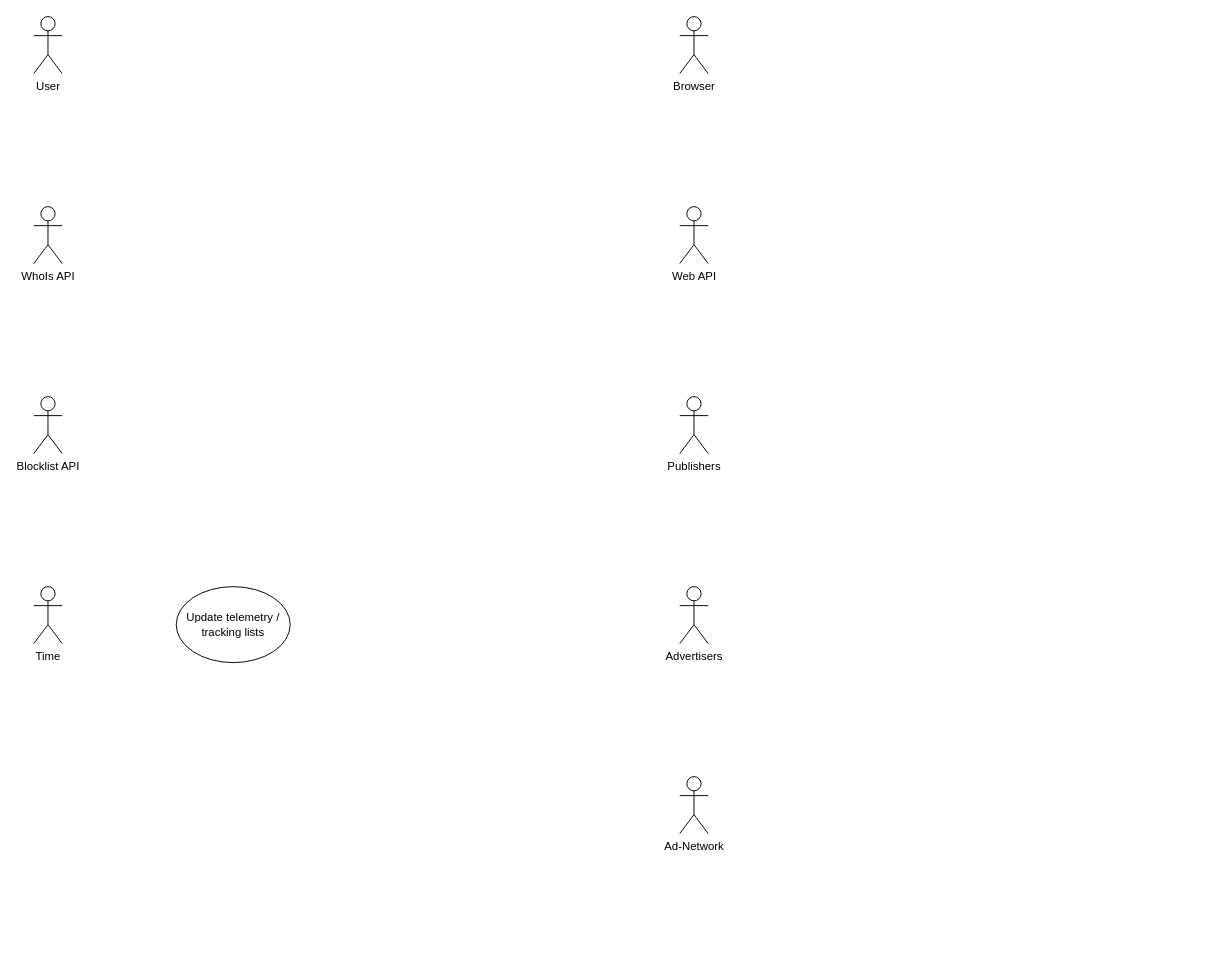
Earlier version of the draw.io diagram documentation/Use-Cases/High-Level-System-Overview.drawio (19ATF72/Telemetry-Analysis). Source tidied: cells renumbered, new cells numbered last; positions are measured from the earlier drawing's top-left corner, leaving out a move shared by most shapes. Both pictures are drawn from the tidied source at 95%, with x=0, y=0 at pixel (33, 16).
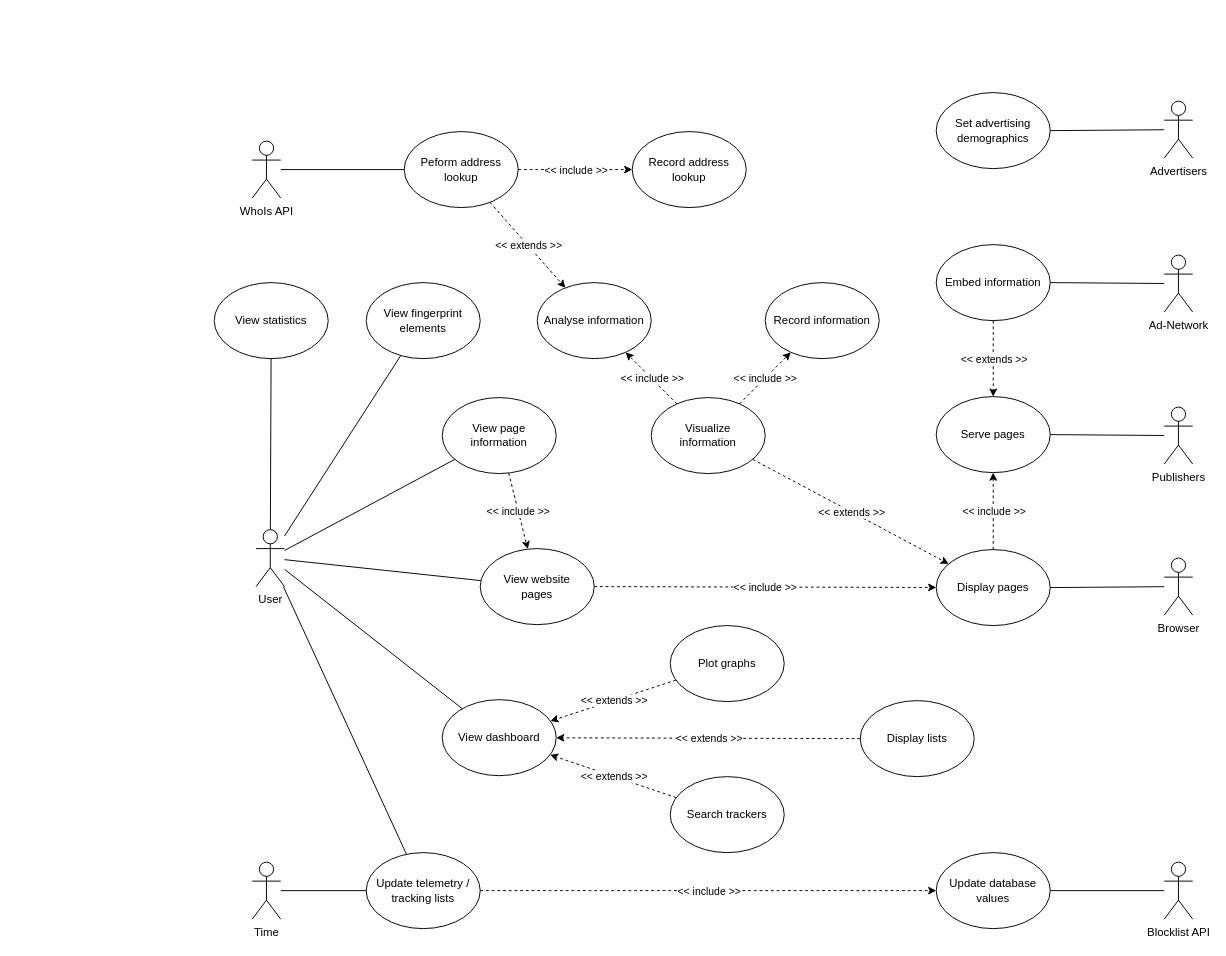
The same page after the edit.

The edit, as a diff of the source:
```diff
@@
     <mxCell id="2" value="User" style="shape=umlActor;verticalLabelPosition=bottom;verticalAlign=top;html=1;outlineConnect=0;" parent="1" vertex="1">
-      <mxGeometry width="30" height="60" as="geometry" />
+      <mxGeometry x="234" y="540" width="30" height="60" as="geometry" />
     </mxCell>
     <mxCell id="3" value="WhoIs API" style="shape=umlActor;verticalLabelPosition=bottom;verticalAlign=top;html=1;outlineConnect=0;" parent="1" vertex="1">
-      <mxGeometry y="200" width="30" height="60" as="geometry" />
+      <mxGeometry x="230" y="131" width="30" height="60" as="geometry" />
     </mxCell>
     <mxCell id="4" value="Blocklist API" style="shape=umlActor;verticalLabelPosition=bottom;verticalAlign=top;html=1;outlineConnect=0;" parent="1" vertex="1">
-      <mxGeometry y="400" width="30" height="60" as="geometry" />
+      <mxGeometry x="1190" y="890" width="30" height="60" as="geometry" />
     </mxCell>
     <mxCell id="5" value="Time" style="shape=umlActor;verticalLabelPosition=bottom;verticalAlign=top;html=1;outlineConnect=0;" parent="1" vertex="1">
-      <mxGeometry y="600" width="30" height="60" as="geometry" />
+      <mxGeometry x="230" y="890" width="30" height="60" as="geometry" />
     </mxCell>
     <mxCell id="6" value="Update telemetry / tracking lists" style="ellipse;whiteSpace=wrap;html=1;" parent="1" vertex="1">
-      <mxGeometry x="150" y="600" width="120" height="80" as="geometry" />
+      <mxGeometry x="350" y="880" width="120" height="80" as="geometry" />
     </mxCell>
     <mxCell id="7" value="Browser" style="shape=umlActor;verticalLabelPosition=bottom;verticalAlign=top;html=1;outlineConnect=0;" parent="1" vertex="1">
-      <mxGeometry x="680" width="30" height="60" as="geometry" />
+      <mxGeometry x="1190" y="570" width="30" height="60" as="geometry" />
     </mxCell>
-    <mxCell id="8" value="Web API" style="shape=umlActor;verticalLabelPosition=bottom;verticalAlign=top;html=1;" parent="1" vertex="1">
-      <mxGeometry x="680" y="200" width="30" height="60" as="geometry" />
-    </mxCell>
     <mxCell id="9" value="Publishers" style="shape=umlActor;verticalLabelPosition=bottom;verticalAlign=top;html=1;outlineConnect=0;" parent="1" vertex="1">
-      <mxGeometry x="680" y="400" width="30" height="60" as="geometry" />
+      <mxGeometry x="1190" y="411" width="30" height="60" as="geometry" />
     </mxCell>
     <mxCell id="10" value="Advertisers" style="shape=umlActor;verticalLabelPosition=bottom;verticalAlign=top;html=1;outlineConnect=0;" parent="1" vertex="1">
-      <mxGeometry x="680" y="600" width="30" height="60" as="geometry" />
+      <mxGeometry x="1190" y="89" width="30" height="60" as="geometry" />
     </mxCell>
     <mxCell id="11" value="Ad-Network&lt;br&gt;" style="shape=umlActor;verticalLabelPosition=bottom;verticalAlign=top;html=1;outlineConnect=0;" parent="1" vertex="1">
-      <mxGeometry x="680" y="800" width="30" height="60" as="geometry" />
+      <mxGeometry x="1190" y="251" width="30" height="60" as="geometry" />
     </mxCell>
+    <mxCell id="12" style="endArrow=none;html=1;" parent="1" edge="1" source="5" target="6">
+      <mxGeometry relative="1" as="geometry" />
+    </mxCell>
+    <mxCell id="13" style="endArrow=none;html=1;" parent="1" edge="1" source="2" target="24">
+      <mxGeometry relative="1" as="geometry" />
+    </mxCell>
+    <mxCell id="14" value="Update database values" style="ellipse;whiteSpace=wrap;html=1;" parent="1" vertex="1">
+      <mxGeometry x="950" y="880" width="120" height="80" as="geometry" />
+    </mxCell>
+    <mxCell id="15" style="endArrow=none;html=1;" parent="1" edge="1" source="4" target="14">
+      <mxGeometry relative="1" as="geometry" />
+    </mxCell>
+    <mxCell id="16" style="endArrow=classic;html=1;dashed=1;" parent="1" edge="1" source="6" target="14">
+      <mxGeometry relative="1" as="geometry" />
+    </mxCell>
+    <mxCell id="17" value="&amp;lt;&amp;lt; include &amp;gt;&amp;gt;" style="edgeLabel;html=1;align=center;verticalAlign=middle;" parent="16" vertex="1">
+      <mxGeometry relative="1" as="geometry" />
+    </mxCell>
+    <mxCell id="18" value="Peform address lookup" style="ellipse;whiteSpace=wrap;html=1;" parent="1" vertex="1">
+      <mxGeometry x="390" y="121" width="120" height="80" as="geometry" />
+    </mxCell>
+    <mxCell id="19" style="endArrow=none;html=1;" parent="1" edge="1" source="3" target="18">
+      <mxGeometry relative="1" as="geometry" />
+    </mxCell>
+    <mxCell id="20" value="View page information" style="ellipse;whiteSpace=wrap;html=1;" parent="1" vertex="1">
+      <mxGeometry x="430" y="401" width="120" height="80" as="geometry" />
+    </mxCell>
+    <mxCell id="21" value="View statistics" style="ellipse;whiteSpace=wrap;html=1;" parent="1" vertex="1">
+      <mxGeometry x="190" y="280" width="120" height="80" as="geometry" />
+    </mxCell>
+    <mxCell id="22" style="endArrow=none;html=1;" parent="1" edge="1" source="2" target="20">
+      <mxGeometry relative="1" as="geometry" />
+    </mxCell>
+    <mxCell id="23" style="endArrow=none;html=1;" parent="1" edge="1" source="2" target="21">
+      <mxGeometry relative="1" as="geometry" />
+    </mxCell>
+    <mxCell id="24" value="View website&lt;br&gt;pages" style="ellipse;whiteSpace=wrap;html=1;" parent="1" vertex="1">
+      <mxGeometry x="470" y="560" width="120" height="80" as="geometry" />
+    </mxCell>
+    <mxCell id="25" style="endArrow=none;html=1;" parent="1" edge="1" source="2" target="6">
+      <mxGeometry relative="1" as="geometry" />
+    </mxCell>
+    <mxCell id="26" value="Display pages" style="ellipse;whiteSpace=wrap;html=1;" parent="1" vertex="1">
+      <mxGeometry x="950" y="561" width="120" height="80" as="geometry" />
+    </mxCell>
+    <mxCell id="27" style="endArrow=none;html=1;" parent="1" edge="1" source="26" target="7">
+      <mxGeometry relative="1" as="geometry" />
+    </mxCell>
+    <mxCell id="28" value="Serve pages" style="ellipse;whiteSpace=wrap;html=1;" parent="1" vertex="1">
+      <mxGeometry x="950" y="400" width="120" height="80" as="geometry" />
+    </mxCell>
+    <mxCell id="29" style="endArrow=classic;html=1;dashed=1;" parent="1" edge="1" source="24" target="26">
+      <mxGeometry relative="1" as="geometry" />
+    </mxCell>
+    <mxCell id="30" value="&amp;lt;&amp;lt; include &amp;gt;&amp;gt;" style="edgeLabel;html=1;align=center;verticalAlign=middle;" parent="29" vertex="1">
+      <mxGeometry relative="1" as="geometry" />
+    </mxCell>
+    <mxCell id="31" style="endArrow=classic;html=1;dashed=1;" parent="1" edge="1" source="26" target="28">
+      <mxGeometry relative="1" as="geometry" />
+    </mxCell>
+    <mxCell id="32" value="&amp;lt;&amp;lt; include &amp;gt;&amp;gt;" style="edgeLabel;html=1;align=center;verticalAlign=middle;" parent="31" vertex="1">
+      <mxGeometry relative="1" as="geometry" />
+    </mxCell>
+    <mxCell id="33" style="endArrow=none;html=1;" parent="1" edge="1" source="28" target="9">
+      <mxGeometry relative="1" as="geometry" />
+    </mxCell>
+    <mxCell id="34" value="Embed information" style="ellipse;whiteSpace=wrap;html=1;" parent="1" vertex="1">
+      <mxGeometry x="950" y="240" width="120" height="80" as="geometry" />
+    </mxCell>
+    <mxCell id="35" style="endArrow=classic;html=1;dashed=1;" parent="1" edge="1" source="34" target="28">
+      <mxGeometry relative="1" as="geometry" />
+    </mxCell>
+    <mxCell id="36" value="&amp;lt;&amp;lt; extends &amp;gt;&amp;gt;" style="edgeLabel;html=1;align=center;verticalAlign=middle;" parent="35" vertex="1">
+      <mxGeometry relative="1" as="geometry" />
+    </mxCell>
+    <mxCell id="37" style="endArrow=none;html=1;" parent="1" edge="1" source="34" target="11">
+      <mxGeometry relative="1" as="geometry" />
+    </mxCell>
+    <mxCell id="38" style="endArrow=classic;html=1;dashed=1;" parent="1" edge="1" source="42" target="26">
+      <mxGeometry relative="1" as="geometry" />
+    </mxCell>
+    <mxCell id="39" value="&amp;lt;&amp;lt; extends &amp;gt;&amp;gt;" style="edgeLabel;html=1;align=center;verticalAlign=middle;" parent="38" vertex="1">
+      <mxGeometry relative="1" as="geometry" />
+    </mxCell>
+    <mxCell id="40" value="Analyse information" style="ellipse;whiteSpace=wrap;html=1;" parent="1" vertex="1">
+      <mxGeometry x="530" y="280" width="120" height="80" as="geometry" />
+    </mxCell>
+    <mxCell id="41" value="Record information" style="ellipse;whiteSpace=wrap;html=1;" parent="1" vertex="1">
+      <mxGeometry x="770" y="280" width="120" height="80" as="geometry" />
+    </mxCell>
+    <mxCell id="42" value="Visualize&lt;br&gt;information" style="ellipse;whiteSpace=wrap;html=1;" parent="1" vertex="1">
+      <mxGeometry x="650" y="401" width="120" height="80" as="geometry" />
+    </mxCell>
+    <mxCell id="43" style="endArrow=classic;html=1;dashed=1;" parent="1" edge="1" source="42" target="40">
+      <mxGeometry relative="1" as="geometry" />
+    </mxCell>
+    <mxCell id="44" value="&amp;lt;&amp;lt; include &amp;gt;&amp;gt;" style="edgeLabel;html=1;align=center;verticalAlign=middle;" parent="43" vertex="1">
+      <mxGeometry relative="1" as="geometry" />
+    </mxCell>
+    <mxCell id="45" style="endArrow=classic;html=1;dashed=1;" parent="1" edge="1" source="42" target="41">
+      <mxGeometry relative="1" as="geometry" />
+    </mxCell>
+    <mxCell id="46" value="&amp;lt;&amp;lt; include &amp;gt;&amp;gt;" style="edgeLabel;html=1;align=center;verticalAlign=middle;" parent="45" vertex="1">
+      <mxGeometry relative="1" as="geometry" />
+    </mxCell>
+    <mxCell id="47" value="Record address&lt;br&gt;lookup" style="ellipse;whiteSpace=wrap;html=1;" parent="1" vertex="1">
+      <mxGeometry x="630" y="121" width="120" height="80" as="geometry" />
+    </mxCell>
+    <mxCell id="48" style="endArrow=classic;html=1;dashed=1;" parent="1" edge="1" source="18" target="47">
+      <mxGeometry relative="1" as="geometry" />
+    </mxCell>
+    <mxCell id="49" value="&amp;lt;&amp;lt; include &amp;gt;&amp;gt;" style="edgeLabel;html=1;align=center;verticalAlign=middle;" parent="48" vertex="1">
+      <mxGeometry relative="1" as="geometry" />
+    </mxCell>
+    <mxCell id="50" value="Set advertising demographics" style="ellipse;whiteSpace=wrap;html=1;" parent="1" vertex="1">
+      <mxGeometry x="950" y="80" width="120" height="80" as="geometry" />
+    </mxCell>
+    <mxCell id="51" style="endArrow=none;html=1;" parent="1" edge="1" source="50" target="10">
+      <mxGeometry relative="1" as="geometry" />
+    </mxCell>
+    <mxCell id="52" value="View fingerprint elements" style="ellipse;whiteSpace=wrap;html=1;" parent="1" vertex="1">
+      <mxGeometry x="350" y="280" width="120" height="80" as="geometry" />
+    </mxCell>
+    <mxCell id="53" style="endArrow=none;html=1;" parent="1" edge="1" source="2" target="52">
+      <mxGeometry relative="1" as="geometry" />
+    </mxCell>
+    <mxCell id="54" style="endArrow=classic;html=1;dashed=1;" parent="1" edge="1" source="18" target="40">
+      <mxGeometry relative="1" as="geometry" />
+    </mxCell>
+    <mxCell id="55" value="&amp;lt;&amp;lt; extends &amp;gt;&amp;gt;" style="edgeLabel;html=1;align=center;verticalAlign=middle;" parent="54" vertex="1">
+      <mxGeometry relative="1" as="geometry" />
+    </mxCell>
+    <mxCell id="56" value="View dashboard" style="ellipse;whiteSpace=wrap;html=1;" parent="1" vertex="1">
+      <mxGeometry x="430" y="719" width="120" height="80" as="geometry" />
+    </mxCell>
+    <mxCell id="57" style="endArrow=none;html=1;" parent="1" edge="1" source="2" target="56">
+      <mxGeometry relative="1" as="geometry" />
+    </mxCell>
+    <mxCell id="58" value="Plot graphs" style="ellipse;whiteSpace=wrap;html=1;" parent="1" vertex="1">
+      <mxGeometry x="670" y="641" width="120" height="80" as="geometry" />
+    </mxCell>
+    <mxCell id="59" value="Display lists" style="ellipse;whiteSpace=wrap;html=1;" parent="1" vertex="1">
+      <mxGeometry x="870" y="720" width="120" height="80" as="geometry" />
+    </mxCell>
+    <mxCell id="60" value="Search trackers" style="ellipse;whiteSpace=wrap;html=1;" parent="1" vertex="1">
+      <mxGeometry x="670" y="800" width="120" height="80" as="geometry" />
+    </mxCell>
+    <mxCell id="61" style="endArrow=classic;html=1;dashed=1;" parent="1" edge="1" source="58" target="56">
+      <mxGeometry relative="1" as="geometry" />
+    </mxCell>
+    <mxCell id="62" value="&amp;lt;&amp;lt; extends &amp;gt;&amp;gt;" style="edgeLabel;html=1;align=center;verticalAlign=middle;" parent="61" vertex="1">
+      <mxGeometry relative="1" as="geometry" />
+    </mxCell>
+    <mxCell id="63" style="endArrow=classic;html=1;dashed=1;" parent="1" edge="1" source="59" target="56">
+      <mxGeometry relative="1" as="geometry" />
+    </mxCell>
+    <mxCell id="64" value="&amp;lt;&amp;lt; extends &amp;gt;&amp;gt;" style="edgeLabel;html=1;align=center;verticalAlign=middle;" parent="63" vertex="1">
+      <mxGeometry relative="1" as="geometry" />
+    </mxCell>
+    <mxCell id="65" style="endArrow=classic;html=1;dashed=1;" parent="1" edge="1" source="60" target="56">
+      <mxGeometry relative="1" as="geometry" />
+    </mxCell>
+    <mxCell id="66" value="&amp;lt;&amp;lt; extends &amp;gt;&amp;gt;" style="edgeLabel;html=1;align=center;verticalAlign=middle;" parent="65" vertex="1">
+      <mxGeometry relative="1" as="geometry" />
+    </mxCell>
+    <mxCell id="67" style="endArrow=classic;html=1;dashed=1;" parent="1" edge="1" source="20" target="24">
+      <mxGeometry relative="1" as="geometry" />
+    </mxCell>
+    <mxCell id="68" value="&amp;lt;&amp;lt; include &amp;gt;&amp;gt;" style="edgeLabel;html=1;align=center;verticalAlign=middle;" parent="67" vertex="1">
+      <mxGeometry relative="1" as="geometry" />
+    </mxCell>
```
